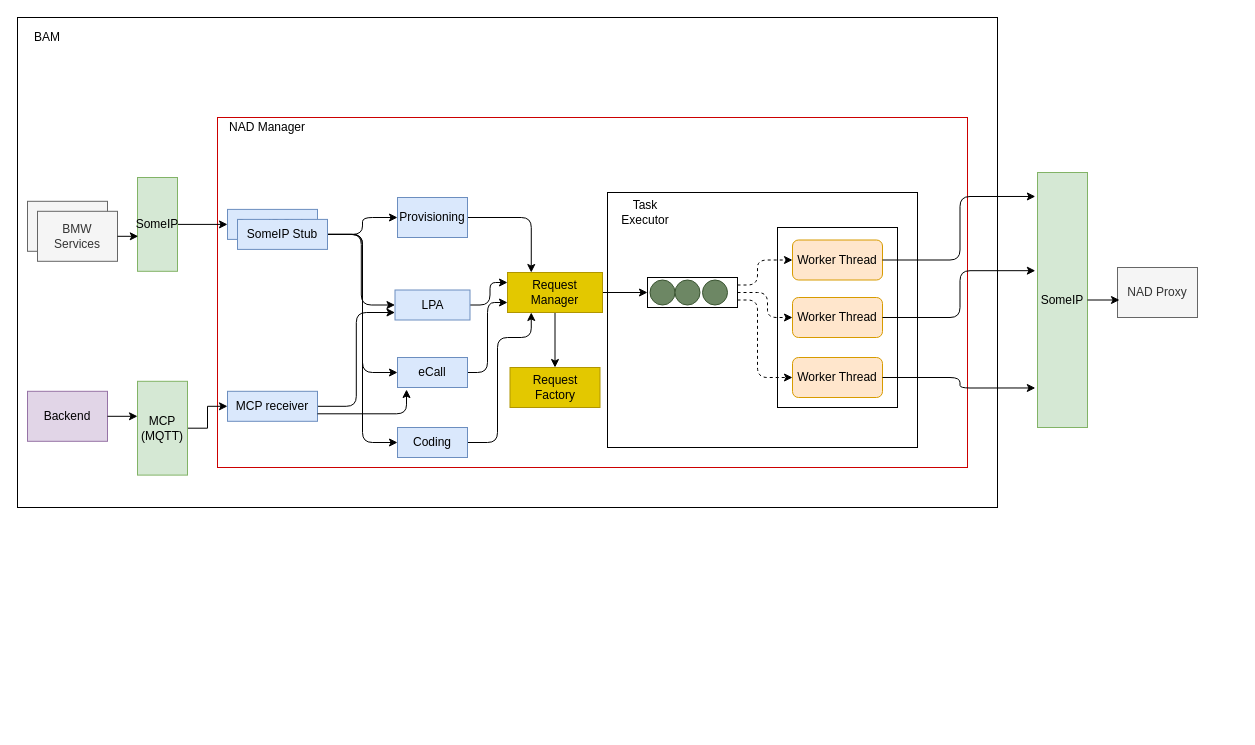
Above: page "use_case_nadmgr" (4 of 14) of doc/SA cert/Design/performance.drawio in taikt/codefun (draw.io), before the change. Source tidied: cells renumbered, new cells numbered last; positions are measured from the earlier drawing's top-left corner, leaving out a move shared by most shapes. Both pictures are drawn from the tidied source at 100%, with x=0, y=0 at pixel (17, 17).
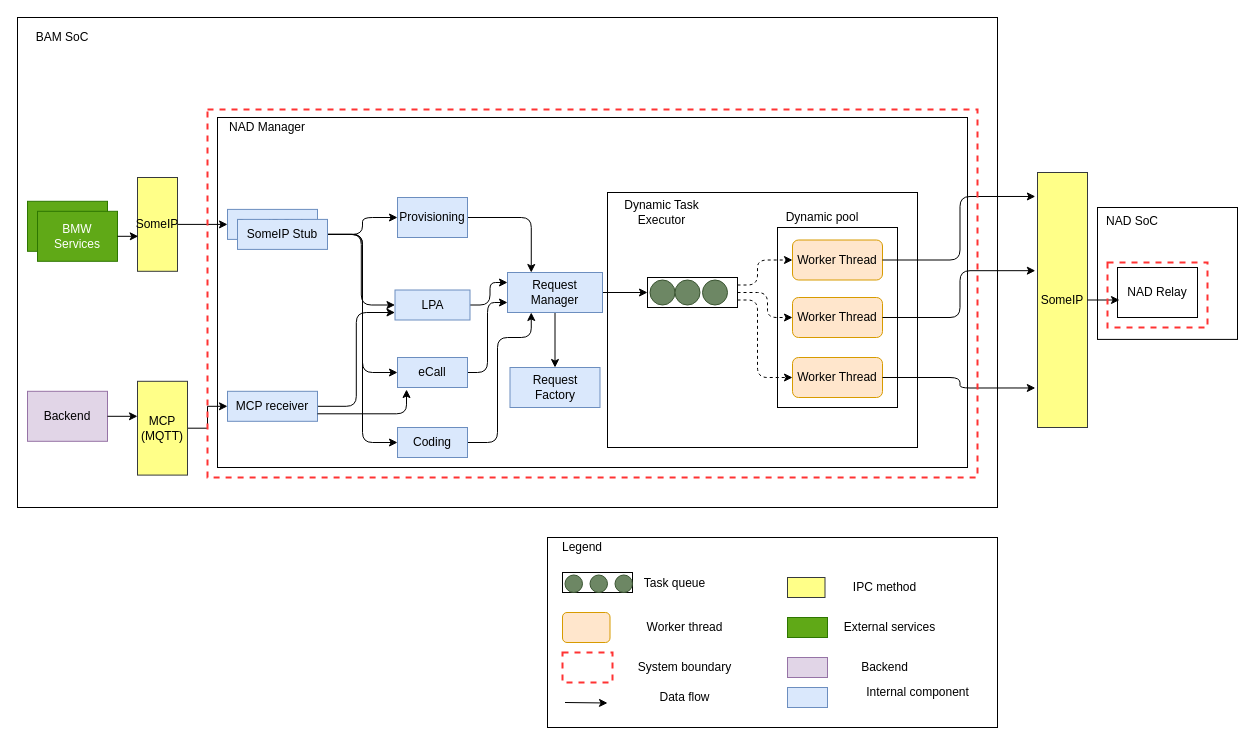
Above is the later version.

Diff of the diagram source:
```diff
@@
-    <mxCell id="3" value="BAM" style="text;html=1;strokeColor=none;fillColor=none;align=center;verticalAlign=middle;whiteSpace=wrap;rounded=0;" parent="1" vertex="1">
-      <mxGeometry x="10" y="10" width="40" height="20" as="geometry" />
+    <mxCell id="3" value="BAM SoC" style="text;html=1;strokeColor=none;fillColor=none;align=center;verticalAlign=middle;whiteSpace=wrap;rounded=0;" parent="1" vertex="1">
+      <mxGeometry x="10" y="10" width="70" height="20" as="geometry" />
     </mxCell>
-    <mxCell id="4" style="rounded=0;whiteSpace=wrap;html=1;strokeColor=#CC0000;" parent="1" vertex="1">
+    <mxCell id="4" style="rounded=0;whiteSpace=wrap;html=1;strokeColor=#000000;" parent="1" vertex="1">
       <mxGeometry x="200" y="100" width="750" height="350" as="geometry" />
     </mxCell>
@@
-    <mxCell id="13" style="rounded=0;whiteSpace=wrap;html=1;fillColor=#f5f5f5;strokeColor=#666666;fontColor=#333333;" parent="1" vertex="1">
+    <mxCell id="13" style="rounded=0;whiteSpace=wrap;html=1;fillColor=#60a917;strokeColor=#2D7600;fontColor=#ffffff;" parent="1" vertex="1">
       <mxGeometry x="10" y="183.8" width="80" height="50" as="geometry" />
     </mxCell>
-    <mxCell id="14" value="BMW Services" style="rounded=0;whiteSpace=wrap;html=1;fillColor=#f5f5f5;strokeColor=#666666;fontColor=#333333;" parent="1" vertex="1">
+    <mxCell id="14" value="BMW Services" style="rounded=0;whiteSpace=wrap;html=1;fillColor=#60a917;strokeColor=#2D7600;fontColor=#ffffff;" parent="1" vertex="1">
       <mxGeometry x="20" y="193.8" width="80" height="50" as="geometry" />
     </mxCell>
@@
-    <mxCell id="31" value="Request Manager" style="rounded=0;whiteSpace=wrap;html=1;fillColor=#e3c800;strokeColor=#B09500;fontColor=#000000;" parent="1" vertex="1">
+    <mxCell id="31" value="Request Manager" style="rounded=0;whiteSpace=wrap;html=1;fillColor=#dae8fc;strokeColor=#6c8ebf;" parent="1" vertex="1">
       <mxGeometry x="490" y="255" width="95" height="40" as="geometry" />
     </mxCell>
-    <mxCell id="32" value="Request Factory" style="rounded=0;whiteSpace=wrap;html=1;fillColor=#e3c800;strokeColor=#B09500;fontColor=#000000;" parent="1" vertex="1">
+    <mxCell id="32" value="Request Factory" style="rounded=0;whiteSpace=wrap;html=1;fillColor=#dae8fc;strokeColor=#6c8ebf;" parent="1" vertex="1">
       <mxGeometry x="492.5" y="350" width="90" height="40" as="geometry" />
     </mxCell>
-    <mxCell id="33" value="SomeIP&lt;br&gt;" style="rounded=0;whiteSpace=wrap;html=1;fillColor=#d5e8d4;strokeColor=#82b366;" parent="1" vertex="1">
+    <mxCell id="33" value="SomeIP&lt;br&gt;" style="rounded=0;whiteSpace=wrap;html=1;fillColor=#ffff88;strokeColor=#36393d;" parent="1" vertex="1">
       <mxGeometry x="1020" y="155" width="50" height="255" as="geometry" />
     </mxCell>
-    <mxCell id="34" value="Task Executor" style="text;html=1;strokeColor=none;fillColor=none;align=center;verticalAlign=middle;whiteSpace=wrap;rounded=0;" parent="1" vertex="1">
-      <mxGeometry x="597.5" y="180" width="60" height="30" as="geometry" />
+    <mxCell id="34" value="Dynamic Task Executor" style="text;html=1;strokeColor=none;fillColor=none;align=center;verticalAlign=middle;whiteSpace=wrap;rounded=0;" parent="1" vertex="1">
+      <mxGeometry x="597.5" y="180" width="92.5" height="30" as="geometry" />
     </mxCell>
@@
-    <mxCell id="36" value="SomeIP&lt;br&gt;" style="rounded=0;whiteSpace=wrap;html=1;fillColor=#d5e8d4;strokeColor=#82b366;" parent="1" vertex="1">
+    <mxCell id="36" value="SomeIP&lt;br&gt;" style="rounded=0;whiteSpace=wrap;html=1;fillColor=#ffff88;strokeColor=#36393d;" parent="1" vertex="1">
       <mxGeometry x="120" y="160" width="40" height="93.8" as="geometry" />
     </mxCell>
@@
-    <mxCell id="42" value="MCP&lt;br&gt;(MQTT)" style="rounded=0;whiteSpace=wrap;html=1;fillColor=#d5e8d4;strokeColor=#82b366;" parent="1" vertex="1">
+    <mxCell id="42" value="MCP&lt;br&gt;(MQTT)" style="rounded=0;whiteSpace=wrap;html=1;fillColor=#ffff88;strokeColor=#36393d;" parent="1" vertex="1">
       <mxGeometry x="120" y="363.8" width="50" height="93.8" as="geometry" />
     </mxCell>
@@
-    <mxCell id="54" value="NAD Proxy" style="rounded=0;whiteSpace=wrap;html=1;fillColor=#f5f5f5;strokeColor=#666666;fontColor=#333333;" parent="1" vertex="1">
+    <mxCell id="54" value="NAD Relay" style="rounded=0;whiteSpace=wrap;html=1;" parent="1" vertex="1">
       <mxGeometry x="1100" y="250" width="80" height="50" as="geometry" />
     </mxCell>
@@
+    <mxCell id="56" value="Dynamic pool" style="text;html=1;strokeColor=none;fillColor=none;align=center;verticalAlign=middle;whiteSpace=wrap;rounded=0;" parent="1" vertex="1">
+      <mxGeometry x="760" y="185" width="90" height="30" as="geometry" />
+    </mxCell>
+    <mxCell id="57" style="rounded=0;whiteSpace=wrap;html=1;fillColor=none;strokeColor=#FF3333;strokeWidth=2;dashed=1;" parent="1" vertex="1">
+      <mxGeometry x="190" y="91.9" width="770" height="368.1" as="geometry" />
+    </mxCell>
+    <mxCell id="58" style="rounded=0;whiteSpace=wrap;html=1;fillColor=none;strokeColor=#FF3333;strokeWidth=2;dashed=1;" parent="1" vertex="1">
+      <mxGeometry x="1090" y="245" width="100" height="65" as="geometry" />
+    </mxCell>
+    <mxCell id="59" style="rounded=0;whiteSpace=wrap;html=1;fillColor=none;" parent="1" vertex="1">
+      <mxGeometry x="1080" y="190" width="140" height="131.9" as="geometry" />
+    </mxCell>
+    <mxCell id="60" value="NAD SoC" style="text;html=1;strokeColor=none;fillColor=none;align=center;verticalAlign=middle;whiteSpace=wrap;rounded=0;" parent="1" vertex="1">
+      <mxGeometry x="1080" y="193.8" width="70" height="20" as="geometry" />
+    </mxCell>
+    <mxCell id="61" style="rounded=0;whiteSpace=wrap;html=1;" parent="1" vertex="1">
+      <mxGeometry x="530" y="520" width="450" height="190" as="geometry" />
+    </mxCell>
+    <mxCell id="62" value="Legend" style="text;html=1;strokeColor=none;fillColor=none;align=center;verticalAlign=middle;whiteSpace=wrap;rounded=0;" parent="1" vertex="1">
+      <mxGeometry x="530" y="520" width="70" height="20" as="geometry" />
+    </mxCell>
+    <mxCell id="63" style="rounded=0;whiteSpace=wrap;html=1;fillColor=#ffff88;strokeColor=#36393d;" parent="1" vertex="1">
+      <mxGeometry x="770" y="560" width="37.5" height="20" as="geometry" />
+    </mxCell>
+    <mxCell id="64" style="rounded=0;whiteSpace=wrap;html=1;fillColor=#60a917;strokeColor=#2D7600;fontColor=#ffffff;" parent="1" vertex="1">
+      <mxGeometry x="770" y="600" width="40" height="20" as="geometry" />
+    </mxCell>
+    <mxCell id="65" style="rounded=0;whiteSpace=wrap;html=1;fillColor=#e1d5e7;strokeColor=#9673a6;" parent="1" vertex="1">
+      <mxGeometry x="770" y="640" width="40" height="20" as="geometry" />
+    </mxCell>
+    <mxCell id="66" style="rounded=0;whiteSpace=wrap;html=1;fillColor=#dae8fc;strokeColor=#6c8ebf;" parent="1" vertex="1">
+      <mxGeometry x="770" y="670" width="40" height="20" as="geometry" />
+    </mxCell>
+    <mxCell id="67" style="rounded=0;whiteSpace=wrap;html=1;" parent="1" vertex="1">
+      <mxGeometry x="545" y="555" width="70" height="20" as="geometry" />
+    </mxCell>
+    <mxCell id="68" style="ellipse;whiteSpace=wrap;html=1;fillColor=#6d8764;strokeColor=#3A5431;fontColor=#ffffff;" parent="1" vertex="1">
+      <mxGeometry x="547.5" y="557.5" width="17.5" height="17.5" as="geometry" />
+    </mxCell>
+    <mxCell id="69" style="ellipse;whiteSpace=wrap;html=1;fillColor=#6d8764;strokeColor=#3A5431;fontColor=#ffffff;" parent="1" vertex="1">
+      <mxGeometry x="572.5" y="557.5" width="17.5" height="17.5" as="geometry" />
+    </mxCell>
+    <mxCell id="70" style="ellipse;whiteSpace=wrap;html=1;fillColor=#6d8764;strokeColor=#3A5431;fontColor=#ffffff;" parent="1" vertex="1">
+      <mxGeometry x="597.5" y="557.5" width="17.5" height="17.5" as="geometry" />
+    </mxCell>
+    <mxCell id="71" style="rounded=1;whiteSpace=wrap;html=1;fillColor=#ffe6cc;strokeColor=#d79b00;" parent="1" vertex="1">
+      <mxGeometry x="545" y="595" width="47.5" height="30" as="geometry" />
+    </mxCell>
+    <mxCell id="72" style="rounded=0;whiteSpace=wrap;html=1;fillColor=none;strokeColor=#FF3333;strokeWidth=2;dashed=1;" parent="1" vertex="1">
+      <mxGeometry x="545" y="635" width="50" height="30" as="geometry" />
+    </mxCell>
+    <mxCell id="73" style="endArrow=classic;html=1;rounded=0;" parent="1" edge="1">
+      <mxGeometry relative="1" as="geometry">
+        <mxPoint x="547.5" y="685" as="sourcePoint" />
+        <mxPoint x="590" y="685.5" as="targetPoint" />
+      </mxGeometry>
+    </mxCell>
+    <mxCell id="74" value="IPC method" style="text;html=1;strokeColor=none;fillColor=none;align=center;verticalAlign=middle;whiteSpace=wrap;rounded=0;" parent="1" vertex="1">
+      <mxGeometry x="825" y="555" width="85" height="30" as="geometry" />
+    </mxCell>
+    <mxCell id="75" value="External services" style="text;html=1;strokeColor=none;fillColor=none;align=center;verticalAlign=middle;whiteSpace=wrap;rounded=0;" parent="1" vertex="1">
+      <mxGeometry x="825" y="595" width="95" height="30" as="geometry" />
+    </mxCell>
+    <mxCell id="76" value="Backend" style="text;html=1;strokeColor=none;fillColor=none;align=center;verticalAlign=middle;whiteSpace=wrap;rounded=0;" parent="1" vertex="1">
+      <mxGeometry x="825" y="635" width="85" height="30" as="geometry" />
+    </mxCell>
+    <mxCell id="77" value="Internal component" style="text;html=1;strokeColor=none;fillColor=none;align=center;verticalAlign=middle;whiteSpace=wrap;rounded=0;" parent="1" vertex="1">
+      <mxGeometry x="847.5" y="660" width="105" height="30" as="geometry" />
+    </mxCell>
+    <mxCell id="78" value="Task queue" style="text;html=1;strokeColor=none;fillColor=none;align=center;verticalAlign=middle;whiteSpace=wrap;rounded=0;" parent="1" vertex="1">
+      <mxGeometry x="605" y="551.2" width="105" height="30" as="geometry" />
+    </mxCell>
+    <mxCell id="79" value="Worker thread" style="text;html=1;strokeColor=none;fillColor=none;align=center;verticalAlign=middle;whiteSpace=wrap;rounded=0;" parent="1" vertex="1">
+      <mxGeometry x="615" y="595" width="105" height="30" as="geometry" />
+    </mxCell>
+    <mxCell id="80" value="System boundary" style="text;html=1;strokeColor=none;fillColor=none;align=center;verticalAlign=middle;whiteSpace=wrap;rounded=0;" parent="1" vertex="1">
+      <mxGeometry x="615" y="635" width="105" height="30" as="geometry" />
+    </mxCell>
+    <mxCell id="81" value="Data flow" style="text;html=1;strokeColor=none;fillColor=none;align=center;verticalAlign=middle;whiteSpace=wrap;rounded=0;" parent="1" vertex="1">
+      <mxGeometry x="615" y="665" width="105" height="30" as="geometry" />
+    </mxCell>
```
